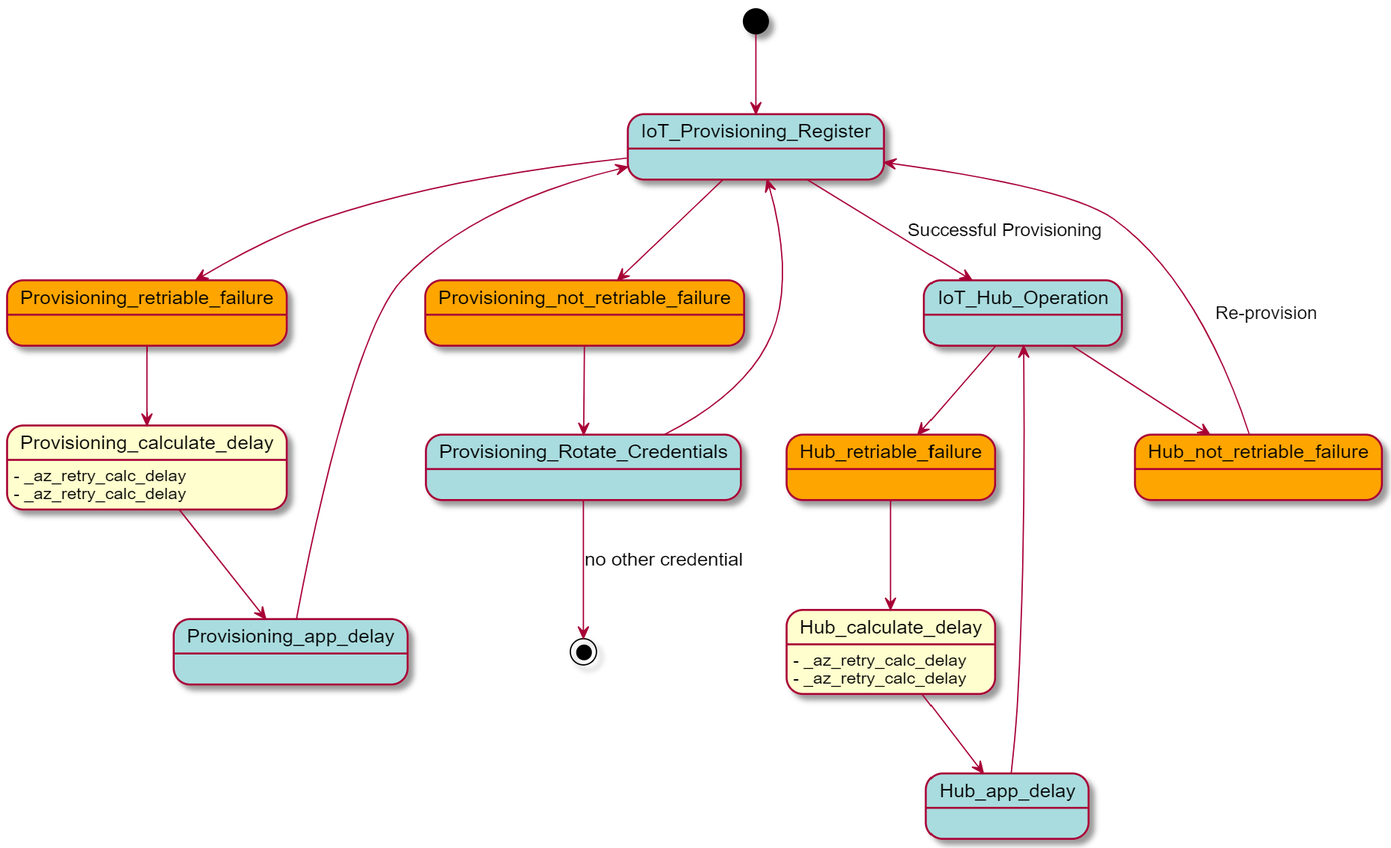
Azure/azure-sdk-for-c keeps this PlantUML diagram as sdk/iot/core/doc/resources/iot_retry_flow.png. Above is the earlier version. Its source is kept beside it as sdk/iot/core/doc/resources/iot_retry_flow.puml.
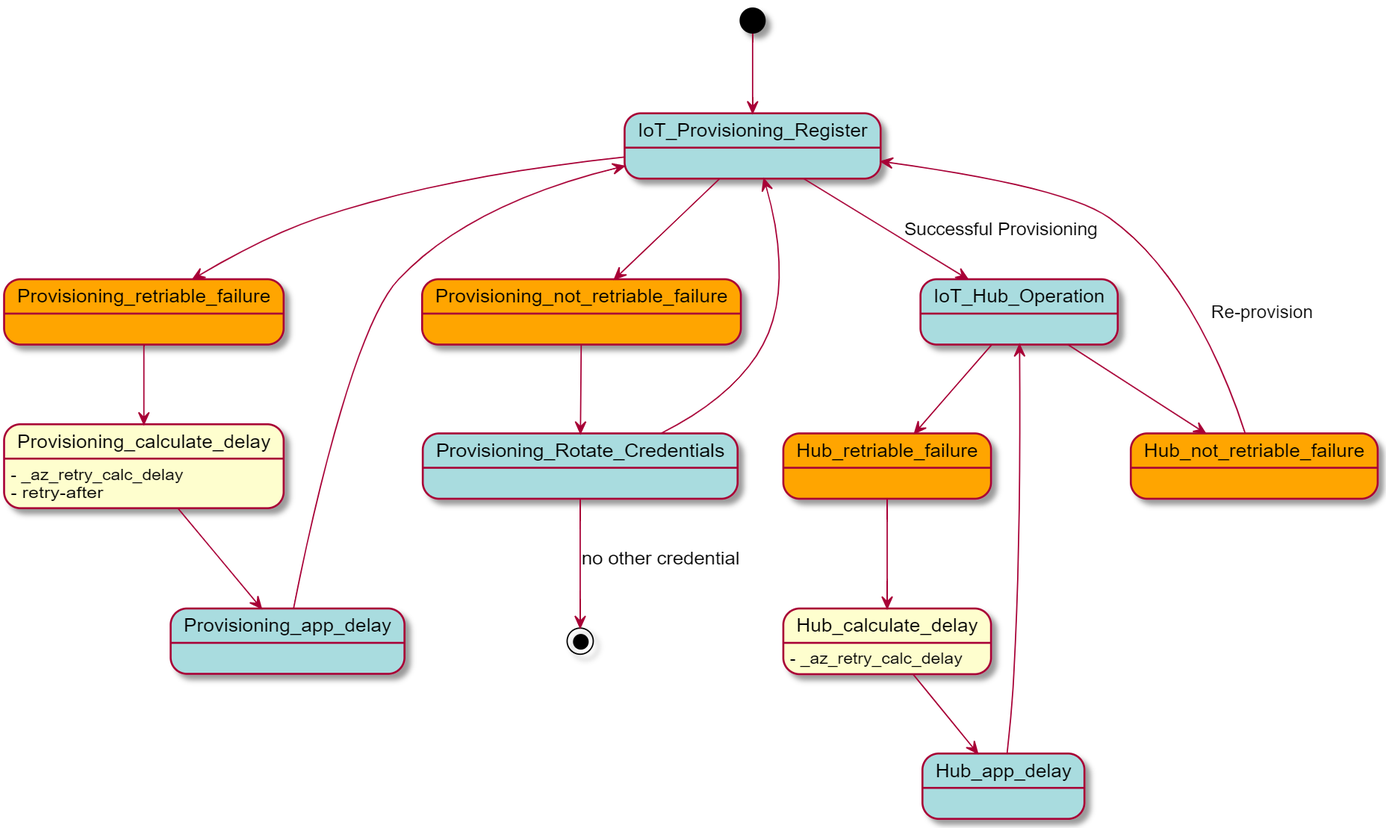
Above is the later version.

Diff of the diagram source:
```diff
@@ -15,7 +15,7 @@
 state Provisioning_app_delay<<APP>>
 Provisioning_app_delay --> IoT_Provisioning_Register
 Provisioning_calculate_delay: - _az_retry_calc_delay
-Provisioning_calculate_delay: - _az_retry_calc_delay
+Provisioning_calculate_delay: - retry-after
 
 IoT_Provisioning_Register --> Provisioning_not_retriable_failure
 state Provisioning_not_retriable_failure<<FAIL>>
@@ -34,7 +34,6 @@
 state Hub_app_delay<<APP>>
 Hub_app_delay --> IoT_Hub_Operation
 Hub_calculate_delay: - _az_retry_calc_delay
-Hub_calculate_delay: - _az_retry_calc_delay
 
 IoT_Hub_Operation --> Hub_not_retriable_failure
 state Hub_not_retriable_failure<<FAIL>>
```
